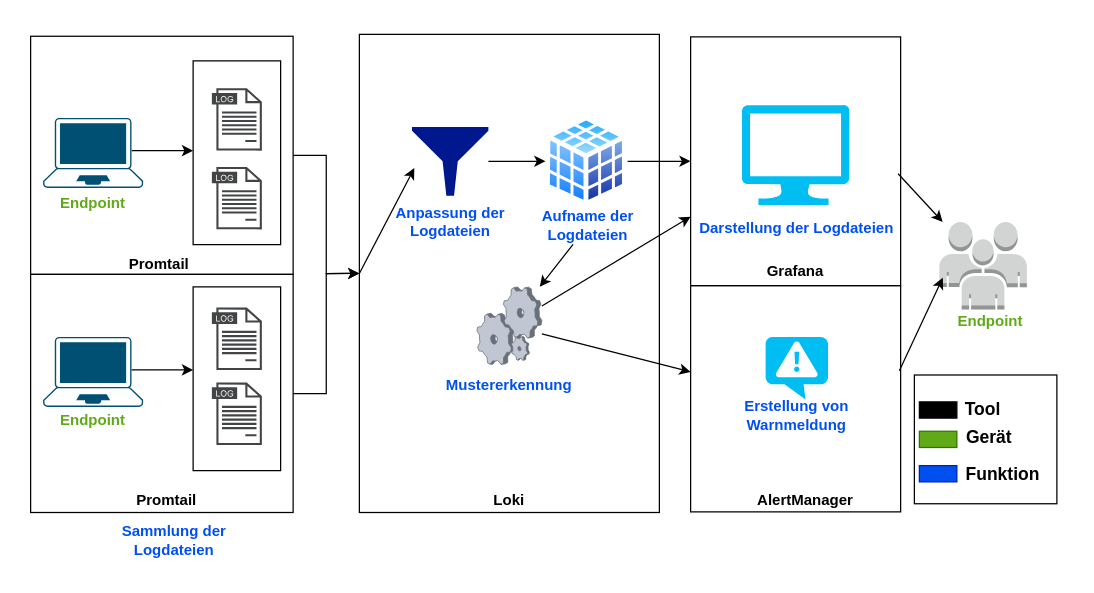
Before: Bachelorarbeit/assets/Ablauf_grafana2.drawio in Bruno-Macedo/Praxisbericht_Bacherloarbeit, a draw.io diagram. Source tidied: cells renumbered, new cells numbered last; positions are measured from the earlier drawing's top-left corner, leaving out a move shared by most shapes. Both pictures are drawn from the tidied source at 125%, with x=0, y=0 at pixel (21, 34).
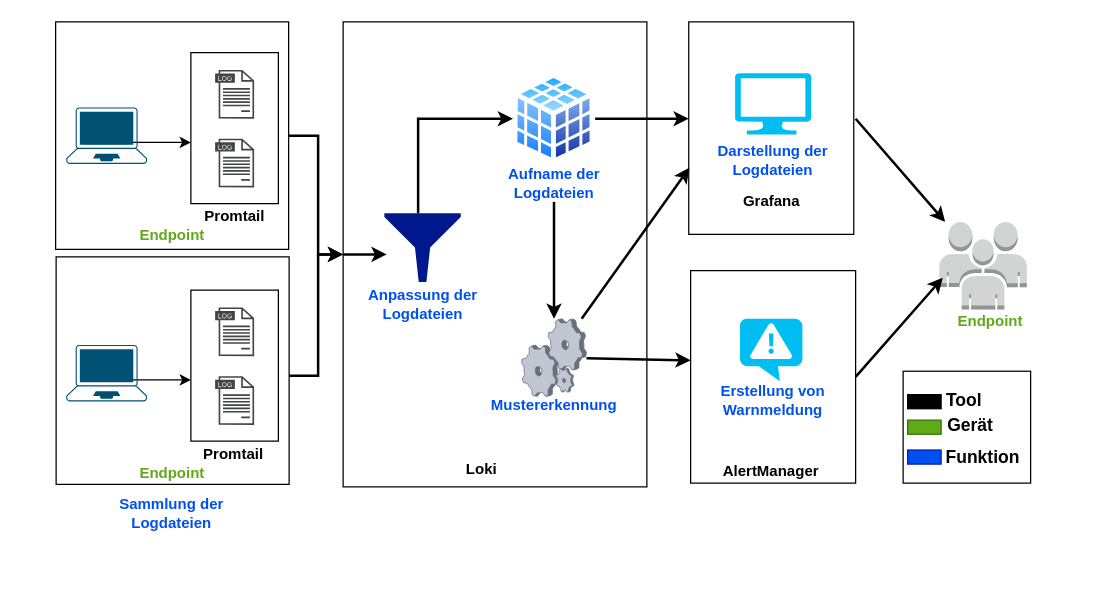
After the change.

Unchanged cells that the change refers to:
```xml
<mxCell id="15" style="outlineConnect=0;dashed=0;verticalLabelPosition=bottom;verticalAlign=top;align=center;html=1;shape=mxgraph.aws3.users;fillColor=#D2D3D3;gradientColor=none;" parent="1" vertex="1">
  <mxGeometry x="734" y="150" width="70" height="70" as="geometry" />
</mxCell>
```

The edit, as a diff of the source:
```diff
@@
+    <mxCell id="55" style="rounded=0;whiteSpace=wrap;html=1;fillColor=none;" parent="1" vertex="1">
+      <mxGeometry x="535" y="189" width="132" height="170" as="geometry" />
+    </mxCell>
     <mxCell id="2" style="rounded=0;whiteSpace=wrap;html=1;fillColor=none;" parent="1" vertex="1">
-      <mxGeometry x="270" width="240" height="382.5" as="geometry" />
+      <mxGeometry x="257" y="-10" width="243" height="372" as="geometry" />
     </mxCell>
-    <mxCell id="3" style="rounded=0;whiteSpace=wrap;html=1;fillColor=none;" parent="1" vertex="1">
-      <mxGeometry x="137" y="21.2" width="70" height="147" as="geometry" />
-    </mxCell>
-    <mxCell id="4" style="edgeStyle=orthogonalEdgeStyle;rounded=0;jettySize=auto;html=1;entryX=0;entryY=0.5;entryDx=0;entryDy=0;" parent="1" edge="1" source="5" target="2">
-      <mxGeometry relative="1" as="geometry" />
-    </mxCell>
-    <mxCell id="5" style="rounded=0;whiteSpace=wrap;html=1;fillColor=none;" parent="1" vertex="1">
-      <mxGeometry x="7" y="192" width="210" height="190.5" as="geometry" />
-    </mxCell>
-    <mxCell id="6" style="edgeStyle=orthogonalEdgeStyle;rounded=0;jettySize=auto;html=1;entryX=0;entryY=0.5;entryDx=0;entryDy=0;" parent="1" edge="1" source="7" target="2">
-      <mxGeometry relative="1" as="geometry" />
-    </mxCell>
-    <mxCell id="7" style="rounded=0;whiteSpace=wrap;html=1;fillColor=none;" parent="1" vertex="1">
-      <mxGeometry x="7" y="1.5" width="210" height="190.5" as="geometry" />
-    </mxCell>
-    <mxCell id="8" style="edgeStyle=orthogonalEdgeStyle;rounded=0;orthogonalLoop=1;jettySize=auto;html=1;exitX=0.885;exitY=0.4;exitDx=0;exitDy=0;exitPerimeter=0;" parent="1" edge="1">
-      <mxGeometry relative="1" as="geometry">
-        <mxPoint x="87.8" y="93" as="sourcePoint" />
-        <mxPoint x="137" y="93" as="targetPoint" />
-        <Array as="points">
-          <mxPoint x="137" y="93" />
-        </Array>
-      </mxGeometry>
-    </mxCell>
-    <mxCell id="9" style="points=[[0.13,0.02,0],[0.5,0,0],[0.87,0.02,0],[0.885,0.4,0],[0.985,0.985,0],[0.5,1,0],[0.015,0.985,0],[0.115,0.4,0]];verticalLabelPosition=bottom;sketch=0;html=1;verticalAlign=top;align=center;shape=mxgraph.cisco19.laptop;fillColor=#005073;strokeColor=none;" parent="1" vertex="1">
-      <mxGeometry x="17" y="66.8" width="80" height="56" as="geometry" />
-    </mxCell>
     <mxCell id="10" value="Anpassung der Logdateien" style="text;html=1;strokeColor=none;fillColor=none;align=center;verticalAlign=middle;whiteSpace=wrap;rounded=0;fontStyle=1;fontColor=#0050EF;" parent="1" vertex="1">
-      <mxGeometry x="287.7" y="134.5" width="110" height="30" as="geometry" />
+      <mxGeometry x="271.6" y="201" width="98" height="30" as="geometry" />
     </mxCell>
-    <mxCell id="11" style="sketch=0;shadow=0;dashed=0;html=1;strokeColor=none;fillColor=#434445;labelPosition=center;verticalLabelPosition=bottom;verticalAlign=top;align=center;shape=mxgraph.vvd.log_files;" parent="1" vertex="1">
-      <mxGeometry x="152" y="43" width="40" height="50" as="geometry" />
-    </mxCell>
     <mxCell id="12" value="&lt;font color=&quot;#0050ef&quot;&gt;Sammlung der Logdateien&lt;/font&gt;" style="text;html=1;strokeColor=none;fillColor=none;align=center;verticalAlign=middle;whiteSpace=wrap;rounded=0;fontStyle=1;" parent="1" vertex="1">
-      <mxGeometry x="67" y="379.5" width="110" height="50" as="geometry" />
+      <mxGeometry x="65.2" y="367.5" width="110" height="30" as="geometry" />
     </mxCell>
-    <mxCell id="13" value="&lt;font color=&quot;#60a917&quot;&gt;Endpoint&lt;/font&gt;" style="text;html=1;strokeColor=none;fillColor=none;align=center;verticalAlign=middle;whiteSpace=wrap;rounded=0;fontStyle=1;" parent="1" vertex="1">
-      <mxGeometry x="7" y="124" width="100" height="22" as="geometry" />
-    </mxCell>
     <mxCell id="14" value="Mustererkennung" style="text;html=1;strokeColor=none;fillColor=none;align=center;verticalAlign=middle;whiteSpace=wrap;rounded=0;fontStyle=1;fontColor=#0050EF;" parent="1" vertex="1">
-      <mxGeometry x="335" y="265.5" width="110" height="30" as="geometry" />
+      <mxGeometry x="370.7" y="282" width="110" height="30" as="geometry" />
     </mxCell>
@@
-    <mxCell id="16" style="verticalLabelPosition=bottom;sketch=0;html=1;verticalAlign=top;align=center;shape=mxgraph.cisco19.laptop;fillColor=#005073;strokeColor=none;" parent="1" vertex="1">
-      <mxGeometry x="17" y="242" width="80" height="56" as="geometry" />
-    </mxCell>
-    <mxCell id="17" style="sketch=0;shadow=0;dashed=0;html=1;strokeColor=none;fillColor=#434445;labelPosition=center;verticalLabelPosition=bottom;verticalAlign=top;align=center;shape=mxgraph.vvd.log_files;" parent="1" vertex="1">
-      <mxGeometry x="152" y="218.5" width="40" height="50" as="geometry" />
-    </mxCell>
-    <mxCell id="18" style="sketch=0;shadow=0;dashed=0;html=1;strokeColor=none;fillColor=#434445;labelPosition=center;verticalLabelPosition=bottom;verticalAlign=top;align=center;shape=mxgraph.vvd.log_files;" parent="1" vertex="1">
-      <mxGeometry x="152" y="278.5" width="40" height="50" as="geometry" />
-    </mxCell>
-    <mxCell id="19" value="Endpoint" style="text;html=1;strokeColor=none;fillColor=none;align=center;verticalAlign=middle;whiteSpace=wrap;rounded=0;fontStyle=1;fontColor=#60A917;" parent="1" vertex="1">
-      <mxGeometry x="7" y="298" width="100" height="22" as="geometry" />
-    </mxCell>
-    <mxCell id="20" style="rounded=0;whiteSpace=wrap;html=1;fillColor=none;" parent="1" vertex="1">
-      <mxGeometry x="137" y="202" width="70" height="147" as="geometry" />
-    </mxCell>
-    <mxCell id="21" value="Promtail" style="text;html=1;strokeColor=none;fillColor=none;align=center;verticalAlign=middle;whiteSpace=wrap;rounded=0;fontStyle=1;" parent="1" vertex="1">
-      <mxGeometry y="159" width="220" height="50" as="geometry" />
-    </mxCell>
-    <mxCell id="22" value="Promtail" style="text;html=1;strokeColor=none;fillColor=none;align=center;verticalAlign=middle;whiteSpace=wrap;rounded=0;fontStyle=1;" parent="1" vertex="1">
-      <mxGeometry x="6" y="347.5" width="220" height="50" as="geometry" />
-    </mxCell>
-    <mxCell id="23" style="edgeStyle=orthogonalEdgeStyle;rounded=0;orthogonalLoop=1;jettySize=auto;html=1;exitX=0.885;exitY=0.4;exitDx=0;exitDy=0;exitPerimeter=0;" parent="1" edge="1">
-      <mxGeometry relative="1" as="geometry">
-        <mxPoint x="87.8" y="268.4" as="sourcePoint" />
-        <mxPoint x="137" y="268.4" as="targetPoint" />
-        <Array as="points">
-          <mxPoint x="117" y="268" />
-          <mxPoint x="117" y="268" />
-        </Array>
-      </mxGeometry>
-    </mxCell>
-    <mxCell id="24" style="sketch=0;shadow=0;dashed=0;html=1;strokeColor=none;fillColor=#434445;labelPosition=center;verticalLabelPosition=bottom;verticalAlign=top;align=center;shape=mxgraph.vvd.log_files;" parent="1" vertex="1">
-      <mxGeometry x="152" y="106" width="40" height="50" as="geometry" />
-    </mxCell>
-    <mxCell id="25" style="edgeStyle=orthogonalEdgeStyle;rounded=0;jettySize=auto;html=1;" parent="1" edge="1" source="26" target="32">
-      <mxGeometry relative="1" as="geometry">
-        <Array as="points">
-          <mxPoint x="577" y="101" />
-          <mxPoint x="577" y="101" />
-        </Array>
-      </mxGeometry>
-    </mxCell>
+    <mxCell id="56" style="edgeStyle=orthogonalEdgeStyle;rounded=0;jettySize=auto;html=1;strokeWidth=2;" parent="1" edge="1" source="26" target="67">
+      <mxGeometry relative="1" as="geometry">
+        <Array as="points">
+          <mxPoint x="517" y="68" />
+          <mxPoint x="517" y="68" />
+        </Array>
+      </mxGeometry>
+    </mxCell>
     <mxCell id="26" style="perimeter=ellipsePerimeter;html=1;align=center;shadow=0;dashed=0;spacingTop=3;image;image=img/lib/active_directory/database_cube.svg;" parent="1" vertex="1">
-      <mxGeometry x="418.9" y="65" width="65.7" height="73" as="geometry" />
+      <mxGeometry x="392.9" y="31" width="65.7" height="73" as="geometry" />
     </mxCell>
-    <mxCell id="27" style="edgeStyle=orthogonalEdgeStyle;rounded=0;jettySize=auto;html=1;" parent="1" edge="1" source="28" target="26">
+    <mxCell id="27" style="edgeStyle=orthogonalEdgeStyle;rounded=0;jettySize=auto;html=1;entryX=0;entryY=0.5;entryDx=0;entryDy=0;strokeWidth=2;" parent="1" edge="1" source="28" target="26">
       <mxGeometry relative="1" as="geometry">
         <Array as="points">
-          <mxPoint x="437" y="97" />
-          <mxPoint x="437" y="97" />
+          <mxPoint x="317" y="68" />
         </Array>
       </mxGeometry>
     </mxCell>
     <mxCell id="28" style="sketch=0;shadow=0;dashed=0;html=1;strokeColor=none;labelPosition=center;verticalLabelPosition=bottom;verticalAlign=top;align=center;fillColor=#00188D;shape=mxgraph.mscae.enterprise.filter;" parent="1" vertex="1">
-      <mxGeometry x="312.1" y="74" width="61.1" height="55" as="geometry" />
+      <mxGeometry x="290" y="143" width="61.1" height="55" as="geometry" />
     </mxCell>
     <mxCell id="29" value="Loki" style="text;html=1;strokeColor=none;fillColor=none;align=center;verticalAlign=middle;whiteSpace=wrap;rounded=0;fontStyle=1;" parent="1" vertex="1">
-      <mxGeometry x="280" y="347.5" width="220" height="50" as="geometry" />
+      <mxGeometry x="342.9" y="334.5" width="50" height="27.5" as="geometry" />
     </mxCell>
     <mxCell id="30" style="verticalLabelPosition=bottom;sketch=0;html=1;verticalAlign=top;strokeColor=none;align=center;outlineConnect=0;shape=mxgraph.citrix.process;" parent="1" vertex="1">
-      <mxGeometry x="364" y="202" width="52" height="62" as="geometry" />
+      <mxGeometry x="399.7" y="227.5" width="52" height="62" as="geometry" />
     </mxCell>
     <mxCell id="31" value="Aufname der Logdateien" style="text;html=1;strokeColor=none;fillColor=none;align=center;verticalAlign=middle;whiteSpace=wrap;rounded=0;fontStyle=1;fontColor=#0050EF;" parent="1" vertex="1">
-      <mxGeometry x="397.7" y="138" width="110" height="30" as="geometry" />
+      <mxGeometry x="370.7" y="104" width="110" height="30" as="geometry" />
     </mxCell>
-    <mxCell id="32" style="rounded=0;whiteSpace=wrap;html=1;fillColor=none;" parent="1" vertex="1">
-      <mxGeometry x="535" y="2" width="168" height="199" as="geometry" />
-    </mxCell>
     <mxCell id="33" value="Grafana" style="text;html=1;strokeColor=none;fillColor=none;align=center;verticalAlign=middle;whiteSpace=wrap;rounded=0;fontStyle=1;" parent="1" vertex="1">
-      <mxGeometry x="509" y="165" width="220" height="50" as="geometry" />
+      <mxGeometry x="551.5" y="124" width="96" height="19" as="geometry" />
     </mxCell>
     <mxCell id="34" style="verticalLabelPosition=bottom;html=1;verticalAlign=top;align=center;strokeColor=none;fillColor=#00BEF2;shape=mxgraph.azure.computer;" parent="1" vertex="1">
-      <mxGeometry x="576" y="56.5" width="86" height="80" as="geometry" />
+      <mxGeometry x="570.5" y="31" width="61" height="49" as="geometry" />
     </mxCell>
     <mxCell id="35" value="&lt;font color=&quot;#0050ef&quot;&gt;Darstellung der Logdateien&lt;br&gt;&lt;/font&gt;" style="text;html=1;strokeColor=none;fillColor=none;align=center;verticalAlign=middle;whiteSpace=wrap;rounded=0;fontStyle=1;" parent="1" vertex="1">
-      <mxGeometry x="535" y="136.5" width="170" height="37.2" as="geometry" />
+      <mxGeometry x="535" y="82" width="132" height="37.2" as="geometry" />
     </mxCell>
     <mxCell id="36" style="verticalLabelPosition=bottom;html=1;verticalAlign=top;align=center;strokeColor=none;fillColor=#00BEF2;shape=mxgraph.azure.notification_topic;" parent="1" vertex="1">
-      <mxGeometry x="595" y="242" width="50" height="50" as="geometry" />
+      <mxGeometry x="574.5" y="227.5" width="50" height="50" as="geometry" />
     </mxCell>
-    <mxCell id="37" style="endArrow=classic;html=1;rounded=0;" parent="1" edge="1" source="31" target="30">
+    <mxCell id="37" style="endArrow=classic;html=1;rounded=0;strokeWidth=2;" parent="1" edge="1" source="31" target="30">
       <mxGeometry relative="1" as="geometry" />
     </mxCell>
-    <mxCell id="38" style="endArrow=classic;html=1;rounded=0;entryX=0;entryY=0.25;entryDx=0;entryDy=0;" parent="1" edge="1" source="30" target="35">
+    <mxCell id="38" style="endArrow=classic;html=1;rounded=0;entryX=-0.008;entryY=0.666;entryDx=0;entryDy=0;entryPerimeter=0;strokeWidth=2;" parent="1" edge="1" source="30" target="35">
       <mxGeometry relative="1" as="geometry" />
     </mxCell>
-    <mxCell id="39" style="rounded=0;whiteSpace=wrap;html=1;fillColor=none;" parent="1" vertex="1">
-      <mxGeometry x="535" y="201" width="168" height="181" as="geometry" />
-    </mxCell>
     <mxCell id="40" value="AlertManager" style="text;html=1;strokeColor=none;fillColor=none;align=center;verticalAlign=middle;whiteSpace=wrap;rounded=0;fontStyle=1;" parent="1" vertex="1">
-      <mxGeometry x="517" y="347.5" width="220" height="50" as="geometry" />
+      <mxGeometry x="546" y="337.5" width="107" height="24.5" as="geometry" />
     </mxCell>
     <mxCell id="41" value="Erstellung von Warnmeldung" style="text;html=1;strokeColor=none;fillColor=none;align=center;verticalAlign=middle;whiteSpace=wrap;rounded=0;fontStyle=1;fontColor=#0050EF;" parent="1" vertex="1">
-      <mxGeometry x="565" y="289.5" width="110" height="30" as="geometry" />
+      <mxGeometry x="546" y="277.5" width="110" height="30" as="geometry" />
     </mxCell>
-    <mxCell id="42" style="endArrow=classic;html=1;rounded=0;" parent="1" edge="1" source="30" target="39">
-      <mxGeometry relative="1" as="geometry" />
+    <mxCell id="42" style="endArrow=classic;html=1;rounded=0;strokeWidth=2;" parent="1" edge="1" source="30">
+      <mxGeometry relative="1" as="geometry">
+        <mxPoint x="535" y="260.8" as="targetPoint" />
+      </mxGeometry>
     </mxCell>
@@
-    <mxCell id="44" style="endArrow=classic;html=1;rounded=0;exitX=0.994;exitY=0.55;exitDx=0;exitDy=0;exitPerimeter=0;" parent="1" edge="1" target="15">
+    <mxCell id="44" style="endArrow=classic;html=1;rounded=0;exitX=1;exitY=0.5;exitDx=0;exitDy=0;strokeWidth=2;" parent="1" edge="1" target="15">
       <mxGeometry relative="1" as="geometry">
-        <mxPoint x="701" y="111.5" as="sourcePoint" />
+        <mxPoint x="667" y="67.5" as="sourcePoint" />
       </mxGeometry>
     </mxCell>
-    <mxCell id="45" style="endArrow=classic;html=1;rounded=0;entryX=0.039;entryY=0.639;entryDx=0;entryDy=0;entryPerimeter=0;exitX=0.994;exitY=0.376;exitDx=0;exitDy=0;exitPerimeter=0;" parent="1" edge="1" source="39" target="15">
+    <mxCell id="45" style="endArrow=classic;html=1;rounded=0;entryX=0.039;entryY=0.639;entryDx=0;entryDy=0;entryPerimeter=0;exitX=1;exitY=0.5;exitDx=0;exitDy=0;strokeWidth=2;" parent="1" edge="1" source="55" target="15">
       <mxGeometry relative="1" as="geometry" />
     </mxCell>
     <mxCell id="46" style="group;" parent="1" vertex="1">
-      <mxGeometry x="714" y="272.5" width="126.3" height="103" as="geometry" />
+      <mxGeometry x="705" y="269.5" width="113" height="89.5" as="geometry" />
     </mxCell>
     <mxCell id="47" style="rounded=0;whiteSpace=wrap;html=1;fillColor=none;" parent="46" vertex="1">
-      <mxGeometry width="114" height="103" as="geometry" />
+      <mxGeometry width="102" height="89.5" as="geometry" />
     </mxCell>
     <mxCell id="48" style="rounded=0;whiteSpace=wrap;html=1;fillColor=#000000;" parent="46" vertex="1">
-      <mxGeometry x="4" y="21.5" width="30" height="13" as="geometry" />
+      <mxGeometry x="3.6" y="18.7" width="26.8" height="11.3" as="geometry" />
     </mxCell>
     <mxCell id="49" value="&lt;b&gt;&lt;font style=&quot;font-size: 14px;&quot;&gt;Tool&lt;/font&gt;&lt;/b&gt;" style="text;html=1;strokeColor=none;fillColor=none;align=center;verticalAlign=middle;whiteSpace=wrap;rounded=0;" parent="46" vertex="1">
-      <mxGeometry x="25" y="12" width="60" height="30" as="geometry" />
+      <mxGeometry x="22.4" y="10.4" width="53.7" height="26.1" as="geometry" />
     </mxCell>
     <mxCell id="50" value="&lt;span style=&quot;font-size: 14px;&quot;&gt;Gerät&lt;/span&gt;" style="text;html=1;strokeColor=none;fillColor=none;align=center;verticalAlign=middle;whiteSpace=wrap;rounded=0;fontStyle=1;fontSize=14;" parent="46" vertex="1">
-      <mxGeometry x="30" y="34.5" width="60" height="30" as="geometry" />
+      <mxGeometry x="26.8" y="30" width="53.7" height="26.1" as="geometry" />
     </mxCell>
     <mxCell id="51" style="rounded=0;whiteSpace=wrap;html=1;fillColor=#60a917;fontColor=#ffffff;strokeColor=#2D7600;" parent="46" vertex="1">
-      <mxGeometry x="4" y="45" width="30" height="13" as="geometry" />
+      <mxGeometry x="3.6" y="39.1" width="26.8" height="11.3" as="geometry" />
     </mxCell>
     <mxCell id="52" style="rounded=0;whiteSpace=wrap;html=1;fillColor=#0050EF;fontColor=#ffffff;strokeColor=#001DBC;" parent="46" vertex="1">
-      <mxGeometry x="4" y="72.5" width="30" height="13" as="geometry" />
+      <mxGeometry x="3.6" y="63" width="26.8" height="11.3" as="geometry" />
     </mxCell>
     <mxCell id="53" value="&lt;font size=&quot;1&quot;&gt;&lt;b style=&quot;font-size: 14px;&quot;&gt;Funktion&lt;/b&gt;&lt;/font&gt;" style="text;html=1;strokeColor=none;fillColor=none;align=center;verticalAlign=middle;whiteSpace=wrap;rounded=0;" parent="46" vertex="1">
-      <mxGeometry x="16.3" y="64" width="110" height="30" as="geometry" />
+      <mxGeometry x="14.6" y="55.6" width="98.4" height="26.1" as="geometry" />
     </mxCell>
-    <mxCell id="54" style="endArrow=classic;html=1;rounded=0;exitX=0;exitY=0.5;exitDx=0;exitDy=0;entryX=0.03;entryY=0.6;entryDx=0;entryDy=0;entryPerimeter=0;" parent="1" edge="1" source="2" target="28">
+    <mxCell id="54" style="endArrow=classic;html=1;rounded=0;exitX=0;exitY=0.5;exitDx=0;exitDy=0;entryX=0.03;entryY=0.6;entryDx=0;entryDy=0;entryPerimeter=0;strokeWidth=2;" parent="1" edge="1" source="2" target="28">
       <mxGeometry relative="1" as="geometry" />
     </mxCell>
+    <mxCell id="57" style="group;" parent="1" vertex="1">
+      <mxGeometry x="27" y="-10" width="186.4" height="182" as="geometry" />
+    </mxCell>
+    <mxCell id="3" style="rounded=0;whiteSpace=wrap;html=1;fillColor=none;" parent="57" vertex="1">
+      <mxGeometry x="108.2" y="24.6" width="70" height="120.8" as="geometry" />
+    </mxCell>
+    <mxCell id="7" style="rounded=0;whiteSpace=wrap;html=1;fillColor=none;" parent="57" vertex="1">
+      <mxGeometry width="186.4" height="182" as="geometry" />
+    </mxCell>
+    <mxCell id="8" style="edgeStyle=orthogonalEdgeStyle;rounded=0;jettySize=auto;html=1;exitX=0.768;exitY=0.641;exitDx=0;exitDy=0;exitPerimeter=0;" parent="57" edge="1" source="9">
+      <mxGeometry relative="1" as="geometry">
+        <mxPoint x="108.2" y="96.4" as="targetPoint" />
+        <Array as="points">
+          <mxPoint x="23.2" y="96.4" />
+        </Array>
+      </mxGeometry>
+    </mxCell>
+    <mxCell id="9" style="points=[[0.13,0.02,0],[0.5,0,0],[0.87,0.02,0],[0.885,0.4,0],[0.985,0.985,0],[0.5,1,0],[0.015,0.985,0],[0.115,0.4,0]];verticalLabelPosition=bottom;sketch=0;html=1;verticalAlign=top;align=center;shape=mxgraph.cisco19.laptop;fillColor=#005073;strokeColor=none;" parent="57" vertex="1">
+      <mxGeometry x="8.5" y="68.4" width="64.6" height="45.2" as="geometry" />
+    </mxCell>
+    <mxCell id="11" style="sketch=0;shadow=0;dashed=0;html=1;strokeColor=none;fillColor=#434445;labelPosition=center;verticalLabelPosition=bottom;verticalAlign=top;align=center;shape=mxgraph.vvd.log_files;" parent="57" vertex="1">
+      <mxGeometry x="127.6" y="38.4" width="31.2" height="39" as="geometry" />
+    </mxCell>
+    <mxCell id="13" value="&lt;font color=&quot;#60a917&quot;&gt;Endpoint&lt;/font&gt;" style="text;html=1;strokeColor=none;fillColor=none;align=center;verticalAlign=middle;whiteSpace=wrap;rounded=0;fontStyle=1;" parent="57" vertex="1">
+      <mxGeometry x="52.7" y="160" width="81" height="22" as="geometry" />
+    </mxCell>
+    <mxCell id="21" value="Promtail" style="text;html=1;strokeColor=none;fillColor=none;align=center;verticalAlign=middle;whiteSpace=wrap;rounded=0;fontStyle=1;" parent="57" vertex="1">
+      <mxGeometry x="113.5" y="145.4" width="59.3" height="22" as="geometry" />
+    </mxCell>
+    <mxCell id="58" style="sketch=0;shadow=0;dashed=0;html=1;strokeColor=none;fillColor=#434445;labelPosition=center;verticalLabelPosition=bottom;verticalAlign=top;align=center;shape=mxgraph.vvd.log_files;" parent="57" vertex="1">
+      <mxGeometry x="127.6" y="93.4" width="31.2" height="39" as="geometry" />
+    </mxCell>
+    <mxCell id="59" style="group;" parent="1" vertex="1">
+      <mxGeometry x="27" y="180" width="186.4" height="182" as="geometry" />
+    </mxCell>
+    <mxCell id="60" style="rounded=0;whiteSpace=wrap;html=1;fillColor=none;" parent="59" vertex="1">
+      <mxGeometry x="108.2" y="24.6" width="70" height="120.8" as="geometry" />
+    </mxCell>
+    <mxCell id="61" style="rounded=0;whiteSpace=wrap;html=1;fillColor=none;" parent="59" vertex="1">
+      <mxGeometry x="0.4" y="-2" width="186.4" height="182" as="geometry" />
+    </mxCell>
+    <mxCell id="62" style="edgeStyle=orthogonalEdgeStyle;rounded=0;jettySize=auto;html=1;exitX=0.768;exitY=0.641;exitDx=0;exitDy=0;exitPerimeter=0;" parent="59" edge="1" source="63">
+      <mxGeometry relative="1" as="geometry">
+        <mxPoint x="108.2" y="96.4" as="targetPoint" />
+        <Array as="points">
+          <mxPoint x="23.2" y="96.4" />
+        </Array>
+      </mxGeometry>
+    </mxCell>
+    <mxCell id="63" style="points=[[0.13,0.02,0],[0.5,0,0],[0.87,0.02,0],[0.885,0.4,0],[0.985,0.985,0],[0.5,1,0],[0.015,0.985,0],[0.115,0.4,0]];verticalLabelPosition=bottom;sketch=0;html=1;verticalAlign=top;align=center;shape=mxgraph.cisco19.laptop;fillColor=#005073;strokeColor=none;" parent="59" vertex="1">
+      <mxGeometry x="8.5" y="68.4" width="64.6" height="45.2" as="geometry" />
+    </mxCell>
+    <mxCell id="64" style="sketch=0;shadow=0;dashed=0;html=1;strokeColor=none;fillColor=#434445;labelPosition=center;verticalLabelPosition=bottom;verticalAlign=top;align=center;shape=mxgraph.vvd.log_files;" parent="59" vertex="1">
+      <mxGeometry x="127.6" y="38.4" width="31.2" height="39" as="geometry" />
+    </mxCell>
+    <mxCell id="19" value="&lt;font color=&quot;#60a917&quot;&gt;Endpoint&lt;/font&gt;" style="text;html=1;strokeColor=none;fillColor=none;align=center;verticalAlign=middle;whiteSpace=wrap;rounded=0;fontStyle=1;" parent="59" vertex="1">
+      <mxGeometry x="53" y="160" width="81" height="22" as="geometry" />
+    </mxCell>
+    <mxCell id="22" value="Promtail" style="text;html=1;strokeColor=none;fillColor=none;align=center;verticalAlign=middle;whiteSpace=wrap;rounded=0;fontStyle=1;" parent="59" vertex="1">
+      <mxGeometry x="108.2" y="145.4" width="69.3" height="22" as="geometry" />
+    </mxCell>
+    <mxCell id="65" style="sketch=0;shadow=0;dashed=0;html=1;strokeColor=none;fillColor=#434445;labelPosition=center;verticalLabelPosition=bottom;verticalAlign=top;align=center;shape=mxgraph.vvd.log_files;" parent="59" vertex="1">
+      <mxGeometry x="127.6" y="93.4" width="31.2" height="39" as="geometry" />
+    </mxCell>
+    <mxCell id="6" style="edgeStyle=orthogonalEdgeStyle;rounded=0;jettySize=auto;html=1;entryX=0;entryY=0.5;entryDx=0;entryDy=0;strokeWidth=2;" parent="1" edge="1" source="7" target="2">
+      <mxGeometry relative="1" as="geometry">
+        <Array as="points">
+          <mxPoint x="237" y="81" />
+          <mxPoint x="237" y="176" />
+        </Array>
+      </mxGeometry>
+    </mxCell>
+    <mxCell id="66" style="edgeStyle=orthogonalEdgeStyle;rounded=0;jettySize=auto;html=1;entryX=0;entryY=0.5;entryDx=0;entryDy=0;strokeWidth=2;" parent="1" edge="1" source="61" target="2">
+      <mxGeometry relative="1" as="geometry">
+        <Array as="points">
+          <mxPoint x="237" y="273" />
+          <mxPoint x="237" y="176" />
+        </Array>
+      </mxGeometry>
+    </mxCell>
+    <mxCell id="67" style="rounded=0;whiteSpace=wrap;html=1;fillColor=none;" parent="1" vertex="1">
+      <mxGeometry x="533.5" y="-10" width="132" height="170" as="geometry" />
+    </mxCell>
```
